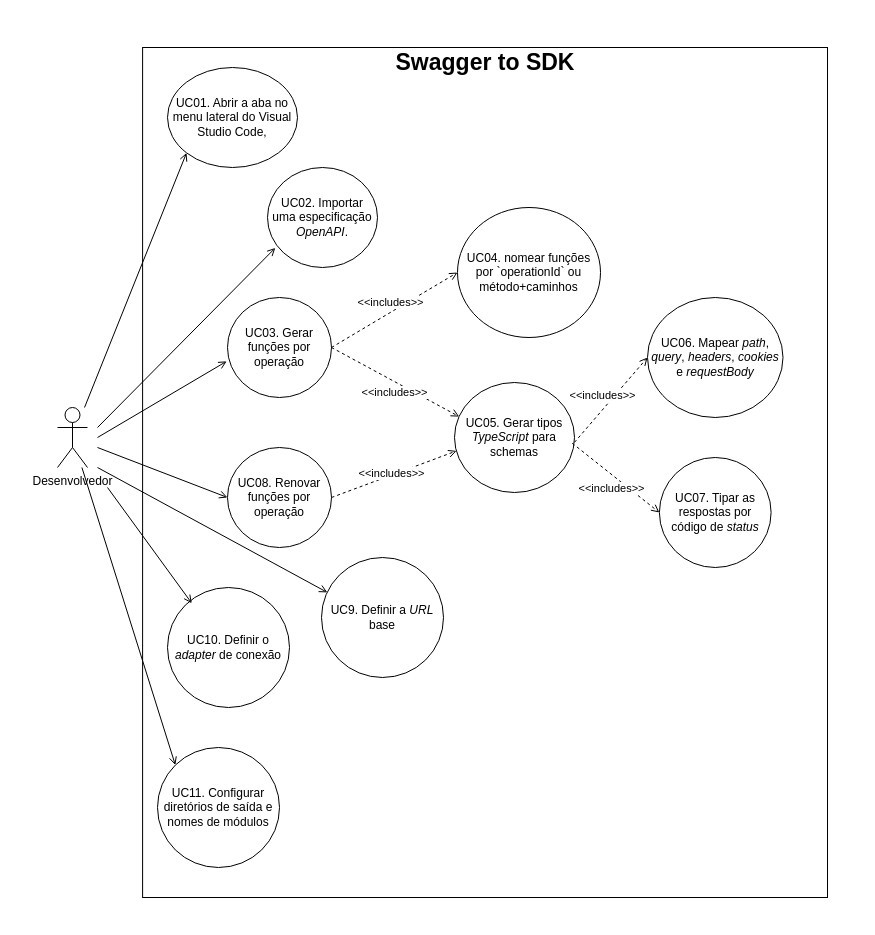
Earlier version of the draw.io diagram Artefatos/diagramas/Diagrama de Caso de Uso/Diagrama_Caso_de_Uso.drawio (ICEI-PUC-Minas-PPLES-TI/plf-es-2025-2-tcci-0393100-dev-arthur-gomes). Source tidied: cells renumbered, new cells numbered last; positions are measured from the earlier drawing's top-left corner, leaving out a move shared by most shapes. Both pictures are drawn from the tidied source at 100%, with x=0, y=0 at pixel (57, 47).
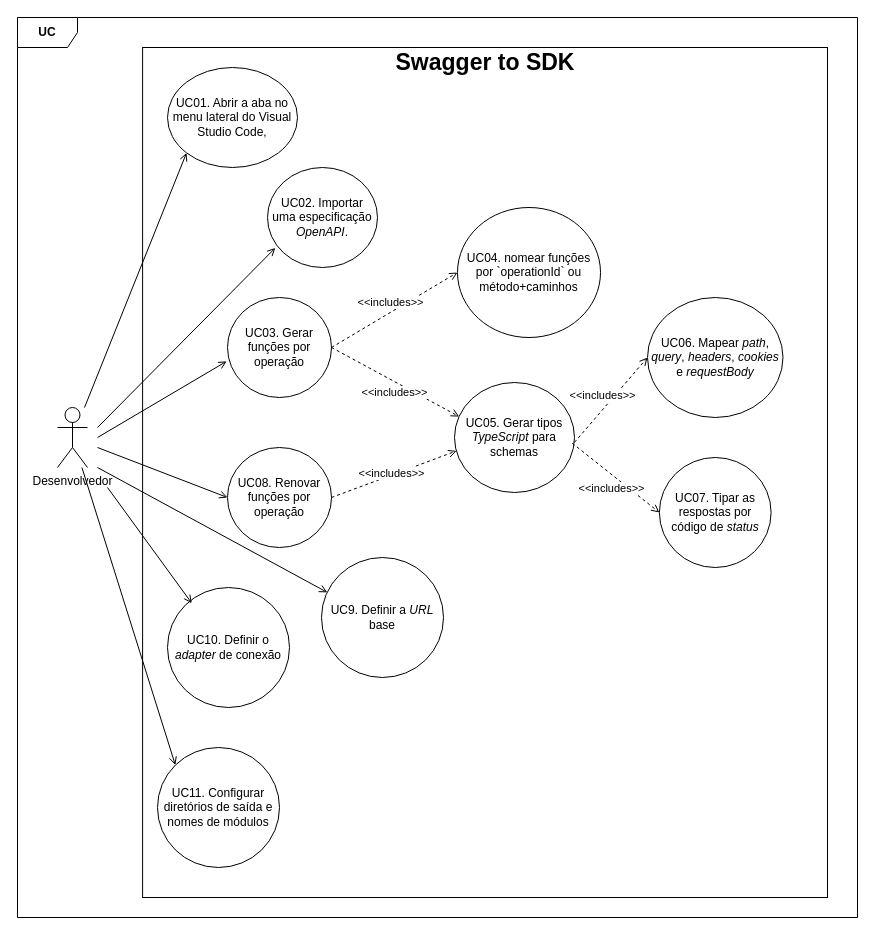
The same diagram, later.

Diff of the diagram source:
```diff
@@
+    <mxCell id="33" value="&lt;b&gt;UC&lt;/b&gt;" style="shape=umlFrame;whiteSpace=wrap;html=1;" parent="1" vertex="1">
+      <mxGeometry x="-40" y="-30" width="840" height="900" as="geometry" />
+    </mxCell>
```
